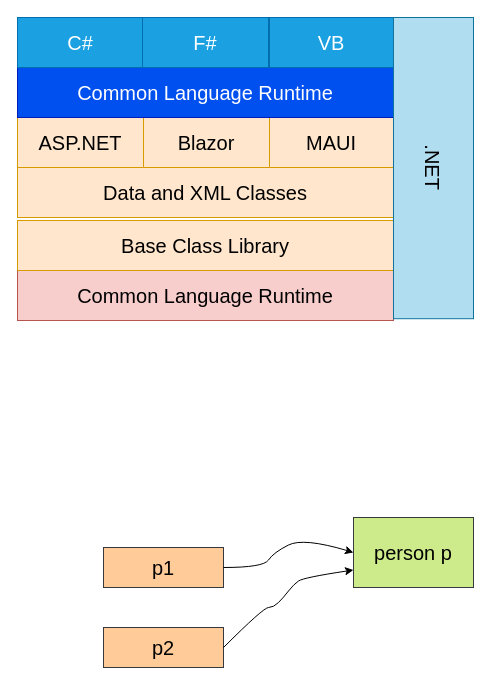
Before: Intro To Csharp Book Drawings.drawio in JeffreyYeTHU/Drawings, a draw.io diagram. Source tidied: cells renumbered, new cells numbered last; positions are measured from the earlier drawing's top-left corner, leaving out a move shared by most shapes. Both pictures are drawn from the tidied source at 100%, with x=0, y=0 at pixel (17, 17).
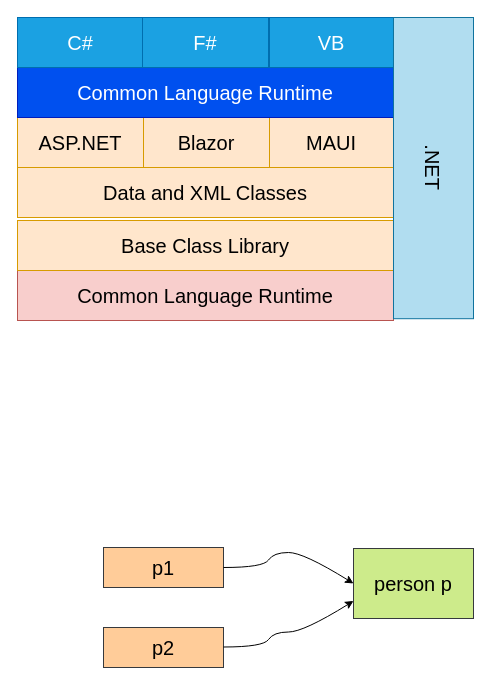
Above is the later version.

Commit message:
Adjust reference graph lining

Unchanged cells that the change refers to:
```xml
<mxCell id="15" value="p2" style="rounded=0;whiteSpace=wrap;html=1;fontSize=20;fillColor=#ffcc99;strokeColor=#36393d;" parent="1" vertex="1">
  <mxGeometry x="86" y="610" width="120" height="40" as="geometry" />
</mxCell>
```

Change to the diagram source:
```diff
@@
     <mxCell id="13" value="person p" style="rounded=0;whiteSpace=wrap;html=1;fontSize=20;fillColor=#cdeb8b;strokeColor=#36393d;" parent="1" vertex="1">
-      <mxGeometry x="336" y="500" width="120" height="70" as="geometry" />
+      <mxGeometry x="336" y="531" width="120" height="70" as="geometry" />
     </mxCell>
@@
     <mxCell id="16" style="curved=1;endArrow=classic;html=1;rounded=0;fontSize=20;entryX=0;entryY=0.5;entryDx=0;entryDy=0;" parent="1" edge="1" target="13">
       <mxGeometry relative="1" as="geometry">
         <mxPoint x="206" y="550" as="sourcePoint" />
         <Array as="points">
           <mxPoint x="246" y="550" />
           <mxPoint x="256" y="535" />
-          <mxPoint x="286" y="520" />
+          <mxPoint x="286" y="535" />
         </Array>
       </mxGeometry>
     </mxCell>
-    <mxCell id="17" style="curved=1;endArrow=classic;html=1;rounded=0;fontSize=20;entryX=0;entryY=0.75;entryDx=0;entryDy=0;exitX=1;exitY=0.5;exitDx=0;exitDy=0;" parent="1" edge="1" source="15" target="13">
-      <mxGeometry relative="1" as="geometry">
-        <Array as="points">
-          <mxPoint x="246" y="590" />
-          <mxPoint x="256" y="590" />
-          <mxPoint x="266" y="580" />
-          <mxPoint x="276" y="567" />
-          <mxPoint x="286" y="560" />
-        </Array>
-      </mxGeometry>
-    </mxCell>
+    <mxCell id="18" style="curved=1;endArrow=classic;html=1;rounded=0;fontSize=20;entryX=0;entryY=0.75;entryDx=0;entryDy=0;" parent="1" edge="1" target="13">
+      <mxGeometry relative="1" as="geometry">
+        <mxPoint x="206" y="629.5" as="sourcePoint" />
+        <Array as="points">
+          <mxPoint x="246" y="629.5" />
+          <mxPoint x="256" y="614.5" />
+          <mxPoint x="286" y="614.5" />
+        </Array>
+      </mxGeometry>
+    </mxCell>
```
